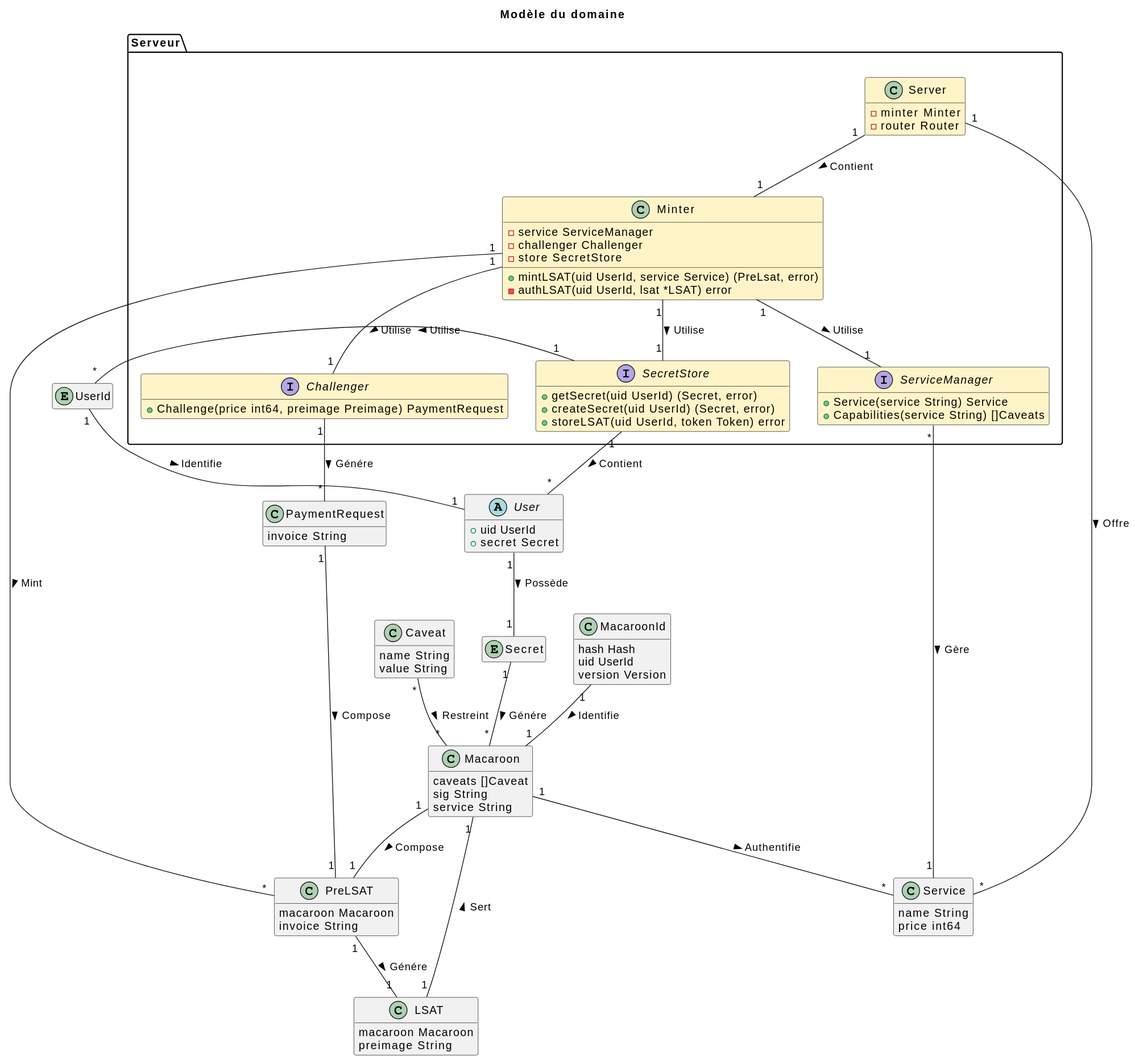
Above: out/CONTRIBUTING/MDD/MDD.svg in Byzantium-ETS/lsat (PlantUML), before the change.
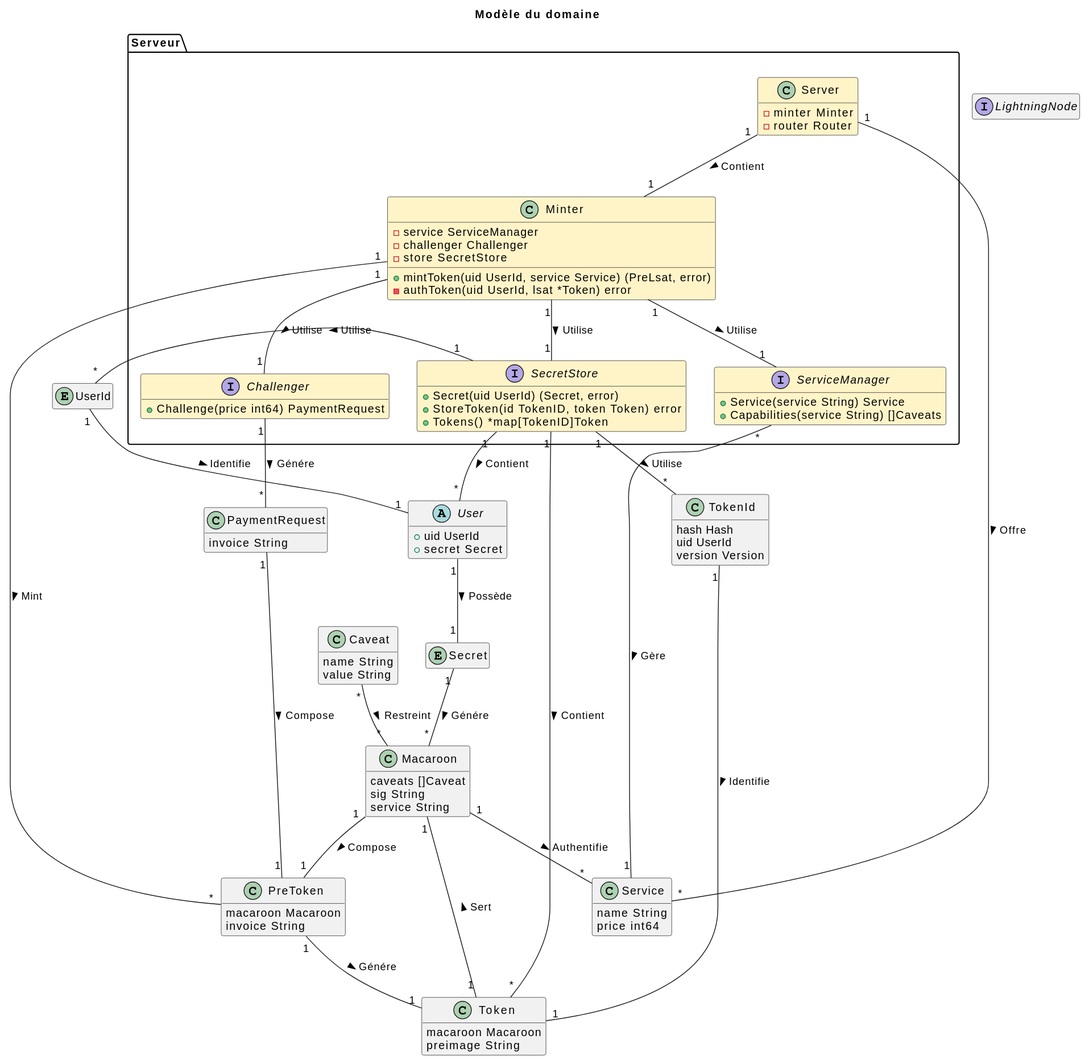
The same diagram one commit later.

Commit message:
Test SecretStore interface

Change to the diagram source:
```diff
@@ -25,13 +25,13 @@
 
   interface "SecretStore" as SS <<Serveur>>
 
-  SS : + getSecret(uid UserId) (Secret, error)
-  SS : + createSecret(uid UserId) (Secret, error)
-  SS : + storeLSAT(uid UserId, token Token) error
+  SS : + Secret(uid UserId) (Secret, error)
+  SS : + StoreToken(id TokenID, token Token) error
+  SS : + Tokens() *map[TokenID]Token
 
   interface "Challenger" as Ch <<Serveur>>
 
-  Ch : + Challenge(price int64, preimage Preimage) PaymentRequest
+  Ch : + Challenge(price int64) PaymentRequest
 
   interface "ServiceManager" as SM <<Serveur>>
 
@@ -44,17 +44,20 @@
     - store SecretStore
   }
 
-  Mi : + mintLSAT(uid UserId, service Service) (PreLsat, error)
-  Mi : - authLSAT(uid UserId, lsat *LSAT) error
+  Mi : + mintToken(uid UserId, service Service) (PreLsat, error)
+  Mi : - authToken(uid UserId, lsat *Token) error
 
 }
 
-class "LSAT" as LSAT {
+
+interface "LightningNode" as LN
+
+class "Token" as Token {
   macaroon Macaroon
   preimage String
 }
 
-class "PreLSAT" as pLSAT {
+class "PreToken" as pToken {
   macaroon Macaroon
   invoice String
 }
@@ -66,7 +69,7 @@
   service String
 }
 
-class "MacaroonId" as MacId {
+class "TokenId" as Tid {
   hash Hash
   uid UserId
   version Version
@@ -87,13 +90,13 @@
   invoice String
 }
 
-LSAT "1" -- "1" Mac : > Sert
-pLSAT "1" -- "1" LSAT : > Génére
-Mi "1" -- "*" pLSAT : > Mint
-PR "1" -- "1" pLSAT : > Compose
-Mac "1" -- "1" pLSAT : > Compose
+Token "1" -- "1" Mac : > Sert
+pToken "1" -- "1" Token : > Génére
+Mi "1" -- "*" pToken : > Mint
+PR "1" -- "1" pToken : > Compose
+Mac "1" -- "1" pToken : > Compose
 
-MacId "1" -- "1" Mac : > Identifie
+Tid "1" -- "1" Token : > Identifie
 Mac "1" -- "*" Ser : > Authentifie
 Ca "*" -- "*" Mac : > Restreint
 
@@ -102,7 +105,9 @@
 Mi "1" -- "1" SM : > Utilise
 
 SS "1" -- "*" U : > Contient
+SS "1" -- "*" Token : > Contient
 SS "1" -- "*" Uid : > Utilise
+SS "1" -- "*" Tid : > Utilise
 U "1" -- "1" Sec : > Possède
 Uid "1" -- "1" U : > Identifie
 Sec "1" -- "*" Mac : > Génére
```
